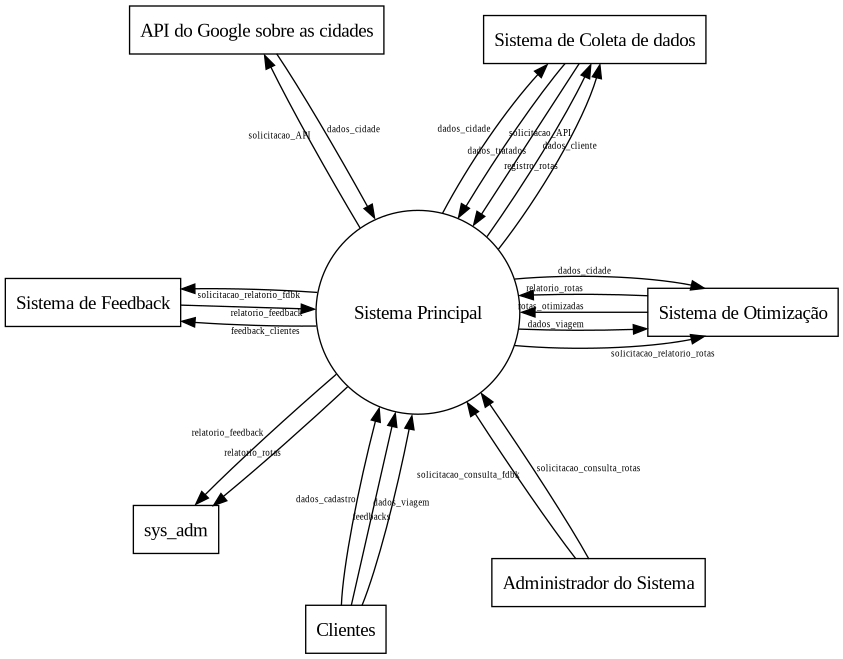
Before: Relatório/Semana-1/Diagramas/DFD0.png, a diagram exported from Graphviz (pedrodilallo/site_turismo_SIG). Its source is kept beside it as Relatório/Semana-1/Diagramas/DFD0.gv. Its diagram source:
```dot
@startuml
digraph dfd_nivel0 {
    layout=circo
    splines=true; esep=4;
    edge[style=solid, penwidth="1", fontsize=7,labeldistance=0];
    node[shape = record]




    sistema [label="Sistema Principal",shape=circle];



    cliente [label="Clientes"]
    sys_admin [label="Administrador do Sistema"]
    otimizador [label="Sistema de Otimização"]
    coletador [label="Sistema de Coleta de dados"]
    API [label="API do Google sobre as cidades"]
    feedback [label="Sistema de Feedback"]


    cliente -> sistema[label="dados_cadastro"]
    cliente -> sistema[label="feedbacks"]
    cliente -> sistema[label="dados_viagem"]

    sys_admin -> sistema[label="solicitacao_consulta_fdbk"]
    sys_admin -> sistema[label="solicitacao_consulta_rotas"]

    otimizador -> sistema[label="rotas_otimizadas"]
    otimizador -> sistema[label="relatorio_rotas"]

    coletador -> sistema[label="dados_tratados"]
    coletador -> sistema[label="solicitacao_API"]


    API -> sistema[label="dados_cidade"]

    feedback -> sistema[label="relatorio_feedback"]


    sistema -> coletador[label="dados_cidade"]
    sistema -> coletador[label="registro_rotas"]
    sistema -> coletador[label="dados_cliente"]

    sistema -> feedback[label="feedback_clientes"]
    sistema -> feedback[label="solicitacao_relatorio_fdbk"]


    sistema -> otimizador[label="dados_cidade"]
    sistema -> otimizador[label="solicitacao_relatorio_rotas"]
    sistema -> otimizador[label="dados_viagem"]


    sistema -> sys_adm[label="relatorio_rotas"]
    sistema -> sys_adm[label="relatorio_feedback"]

    sistema -> API[label="solicitacao_API"]

}
@enduml
```
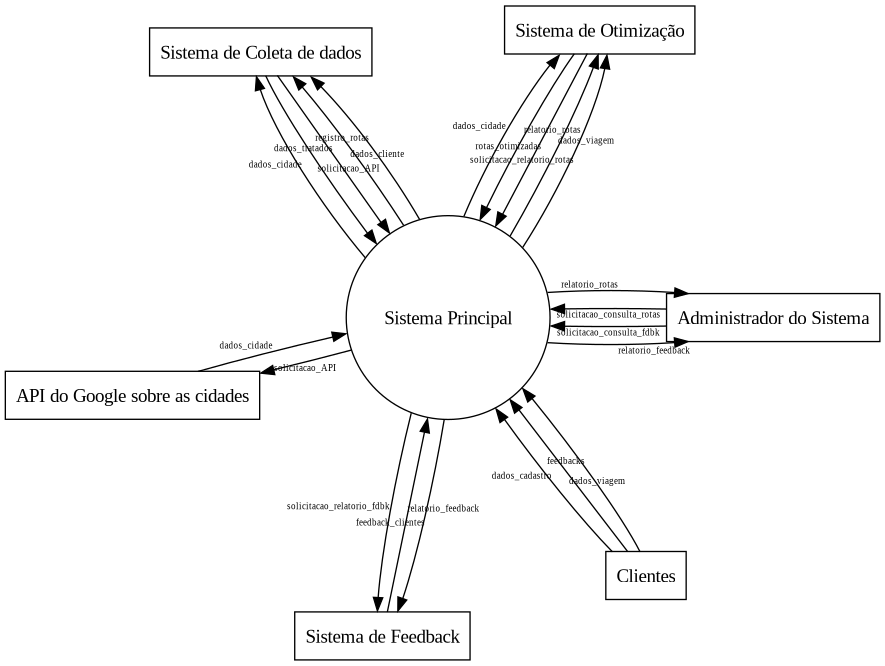
After the change.

Commit message:
Correções DFD

Diff of the diagram source:
```diff
@@ -39,7 +39,7 @@
     feedback -> sistema[label="relatorio_feedback"]
 
 
-    sistema -> coletador[label="dados_cidade"]
+    sistema -> coletador[label="dados_cidade",]
     sistema -> coletador[label="registro_rotas"]
     sistema -> coletador[label="dados_cliente"]
 
@@ -52,8 +52,8 @@
     sistema -> otimizador[label="dados_viagem"]
 
 
-    sistema -> sys_adm[label="relatorio_rotas"]
-    sistema -> sys_adm[label="relatorio_feedback"]
+    sistema -> sys_admin[label="relatorio_rotas"]
+    sistema -> sys_admin[label="relatorio_feedback"]
 
     sistema -> API[label="solicitacao_API"]
 
```
